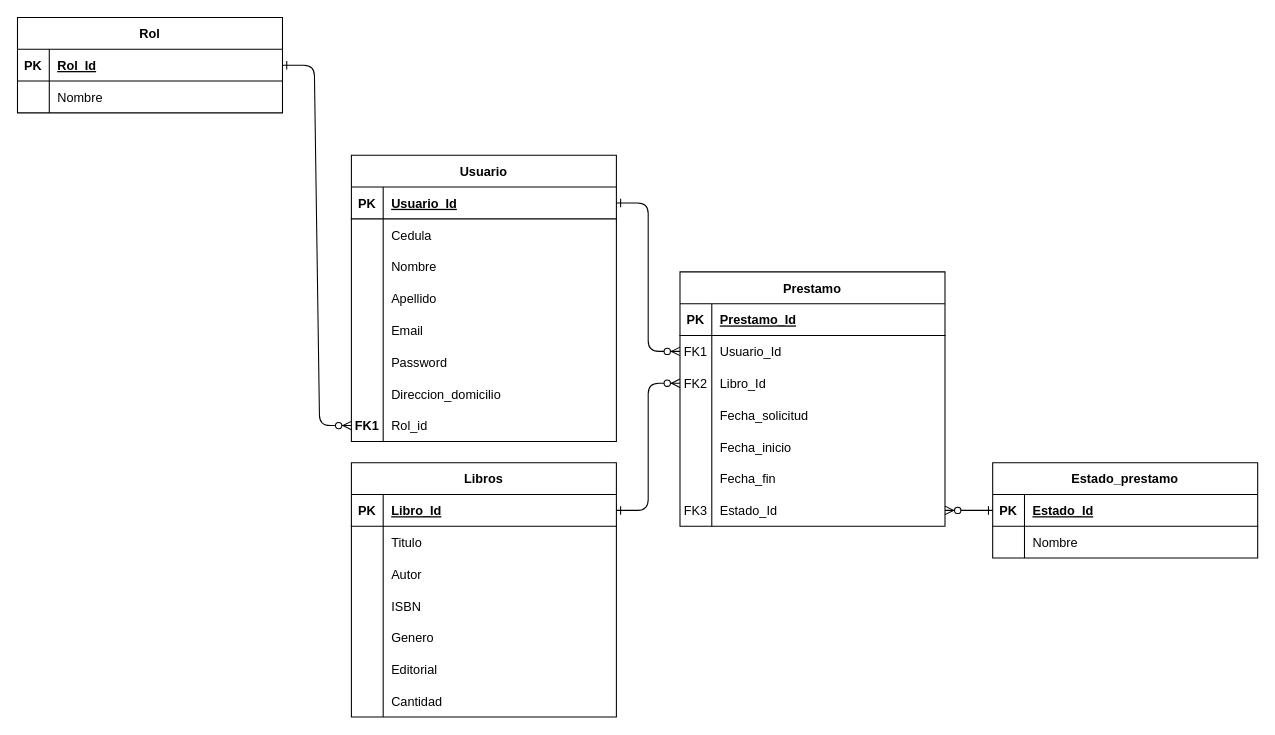
DoggerThe/SistemaBiblioteca keeps this draw.io diagram as Docs/Diagramas/DiagramaEntidadRelacionBD.drawio. Above is the earlier version. Source tidied: cells renumbered, new cells numbered last; positions are measured from the earlier drawing's top-left corner, leaving out a move shared by most shapes. Both pictures are drawn from the tidied source at 106%, with x=0, y=0 at pixel (17, 17).
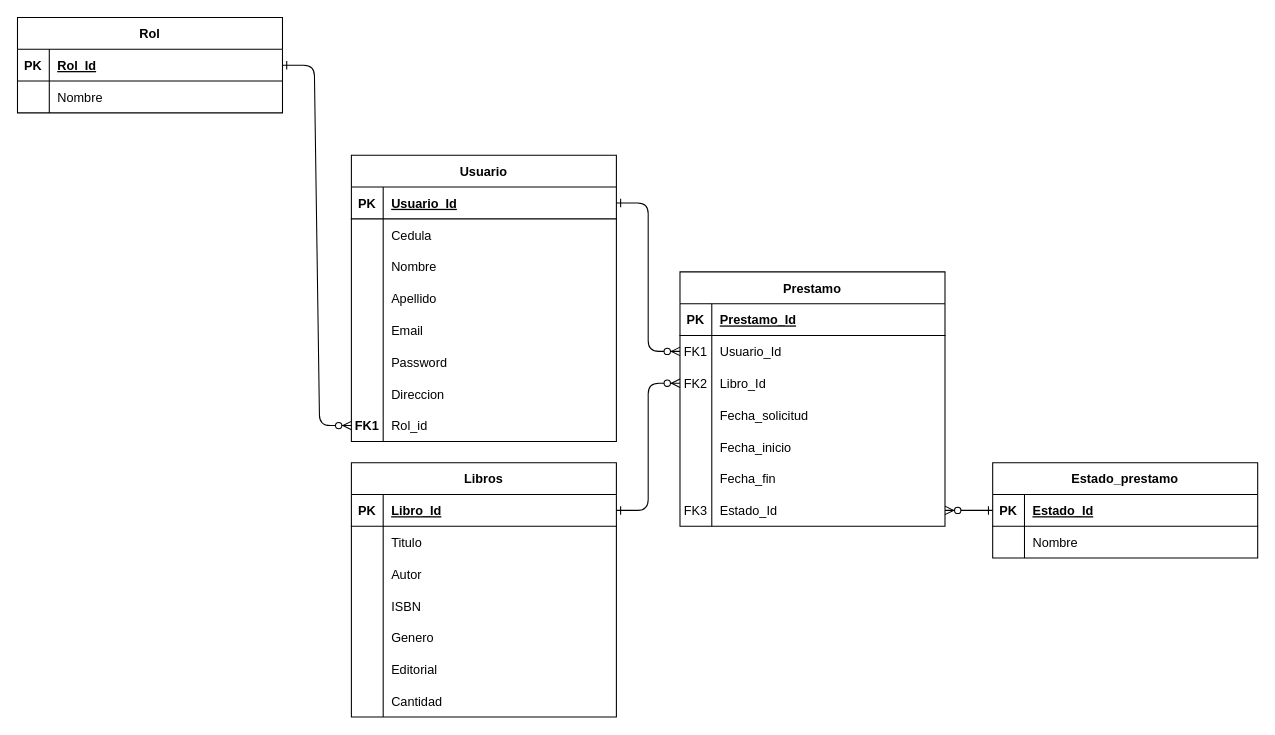
The same page after the edit.

The change refers to these unchanged cells:
```xml
<mxCell id="65" style="shape=partialRectangle;fillColor=none;top=0;left=0;right=0;bottom=0;" parent="46" vertex="1">
  <mxGeometry y="210" width="250" height="30" as="geometry" />
</mxCell>
```

Change to the diagram source:
```diff
@@
-    <mxCell id="67" value="Direccion_domicilio" style="shape=partialRectangle;overflow=hidden;fillColor=none;top=0;left=0;bottom=0;right=0;align=left;spacingLeft=6;" parent="65" vertex="1">
+    <mxCell id="67" value="Direccion" style="shape=partialRectangle;overflow=hidden;fillColor=none;top=0;left=0;bottom=0;right=0;align=left;spacingLeft=6;" parent="65" vertex="1">
       <mxGeometry x="30" width="220" height="30" as="geometry" />
     </mxCell>
```
